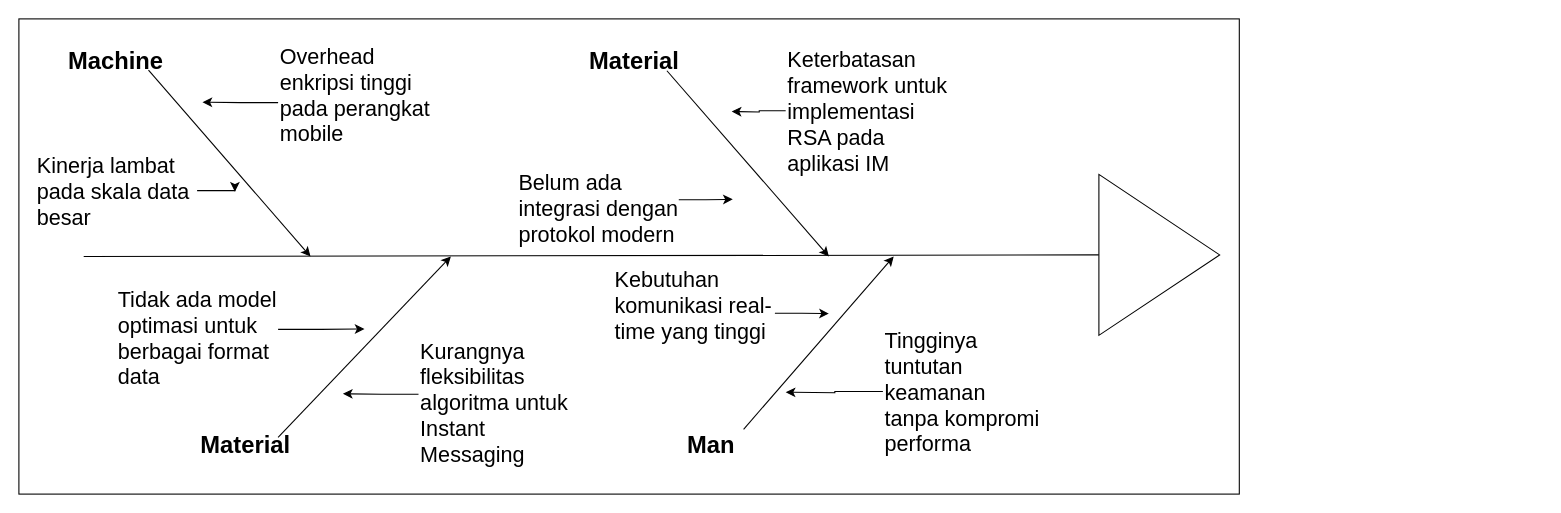
Above: page "Page-3" (3 of 3) of diagram isian substansi.drawio in HaikalE/-JavaScript-Interactive-Photo-Gallery (draw.io), before the change. Source tidied: cells renumbered, new cells numbered last; positions are measured from the earlier drawing's top-left corner, leaving out a move shared by most shapes. Both pictures are drawn from the tidied source at 108%, with x=0, y=0 at pixel (18, 18).
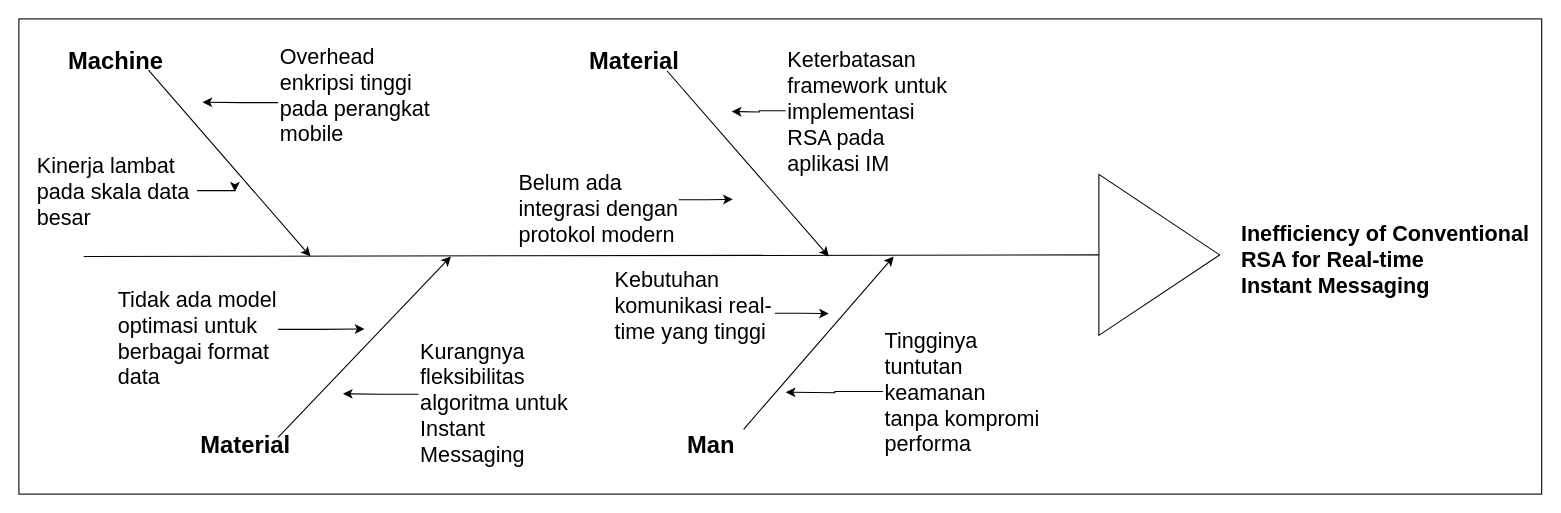
Above is the later version.

Change to the diagram source:
```diff
@@
     <mxCell id="2" style="rounded=0;whiteSpace=wrap;html=1;" parent="1" vertex="1">
-      <mxGeometry width="1130" height="440" as="geometry" />
+      <mxGeometry width="1410" height="440" as="geometry" />
     </mxCell>
@@
+    <mxCell id="30" value="&lt;span style=&quot;text-wrap-mode: nowrap; font-size: 20px;&quot;&gt;&lt;font&gt;&lt;b style=&quot;&quot;&gt;Inefficiency of Conventional&amp;nbsp;&lt;/b&gt;&lt;/font&gt;&lt;/span&gt;&lt;div style=&quot;&quot;&gt;&lt;span style=&quot;font-size: 20px; text-wrap-mode: nowrap;&quot;&gt;&lt;font&gt;&lt;b&gt;RSA for Real-time&amp;nbsp;&lt;/b&gt;&lt;/font&gt;&lt;/span&gt;&lt;/div&gt;&lt;div style=&quot;&quot;&gt;&lt;span style=&quot;font-size: 20px; text-wrap-mode: nowrap;&quot;&gt;&lt;font&gt;&lt;b style=&quot;&quot;&gt;Instant Messaging&lt;/b&gt;&lt;/font&gt;&lt;/span&gt;&lt;/div&gt;" style="text;html=1;align=left;verticalAlign=middle;whiteSpace=wrap;rounded=0;" parent="1" vertex="1">
+      <mxGeometry x="1130" y="193.5" width="270" height="56.5" as="geometry" />
+    </mxCell>
```
